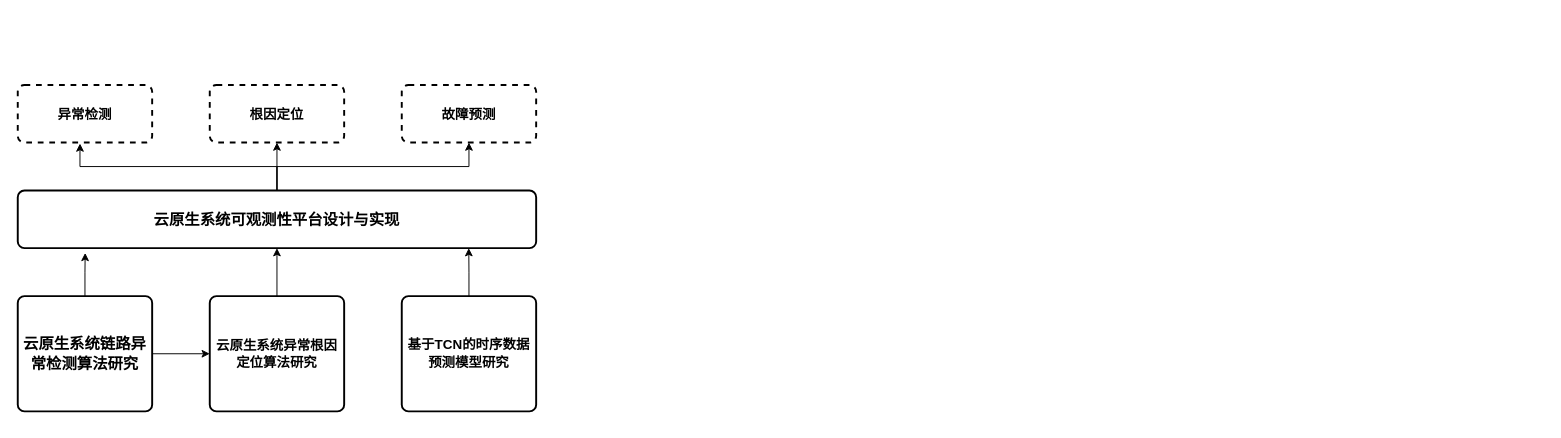
easefulfil/CLOUDCARE keeps this draw.io diagram as page "研究框架" (11 of 11) of shrine-doc/论文相关.drawio. Above is the earlier version. Source tidied: cells renumbered, new cells numbered last; positions are measured from the earlier drawing's top-left corner, leaving out a move shared by most shapes. Both pictures are drawn from the tidied source at 96%, with x=0, y=0 at pixel (17, 84).
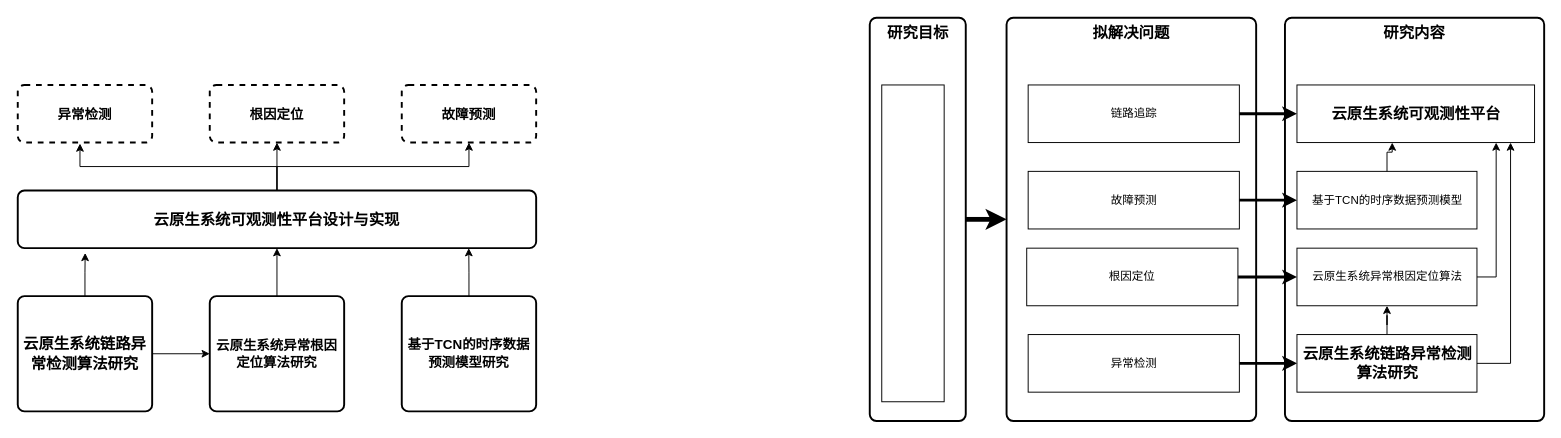
The same diagram, later.

Commit message:
更新论文相关.drawio

Diff of the diagram source:
```diff
@@
+    <mxCell id="16" style="edgeStyle=orthogonalEdgeStyle;rounded=0;jettySize=auto;html=1;entryX=0;entryY=0.5;entryDx=0;entryDy=0;strokeWidth=5;" parent="1" edge="1" source="17" target="19">
+      <mxGeometry relative="1" as="geometry" />
+    </mxCell>
+    <mxCell id="17" value="&lt;div style=&quot;text-align: start;&quot;&gt;&lt;span style=&quot;background-color: initial;&quot;&gt;&lt;font size=&quot;3&quot;&gt;研究目标&lt;/font&gt;&lt;/span&gt;&lt;/div&gt;" style="rounded=1;whiteSpace=wrap;html=1;absoluteArcSize=1;arcSize=14;strokeWidth=2;fontSize=14;fontStyle=1;verticalAlign=top;" parent="1" vertex="1">
+      <mxGeometry x="887.5" y="-70" width="100" height="420" as="geometry" />
+    </mxCell>
+    <mxCell id="18" style="rounded=0;whiteSpace=wrap;html=1;" parent="1" vertex="1">
+      <mxGeometry x="900" width="65" height="330" as="geometry" />
+    </mxCell>
+    <mxCell id="19" value="&lt;div style=&quot;text-align: start;&quot;&gt;&lt;span style=&quot;background-color: initial;&quot;&gt;&lt;font size=&quot;3&quot;&gt;拟解决问题&lt;/font&gt;&lt;/span&gt;&lt;/div&gt;" style="rounded=1;whiteSpace=wrap;html=1;absoluteArcSize=1;arcSize=14;strokeWidth=2;fontSize=14;fontStyle=1;verticalAlign=top;" parent="1" vertex="1">
+      <mxGeometry x="1030" y="-70" width="260" height="420" as="geometry" />
+    </mxCell>
+    <mxCell id="20" value="链路追踪" style="rounded=0;whiteSpace=wrap;html=1;" parent="1" vertex="1">
+      <mxGeometry x="1052.5" width="220" height="60" as="geometry" />
+    </mxCell>
+    <mxCell id="21" value="故障预测" style="rounded=0;whiteSpace=wrap;html=1;" parent="1" vertex="1">
+      <mxGeometry x="1052.5" y="90" width="220" height="60" as="geometry" />
+    </mxCell>
+    <mxCell id="22" value="根因定位" style="rounded=0;whiteSpace=wrap;html=1;" parent="1" vertex="1">
+      <mxGeometry x="1051" y="170" width="220" height="60" as="geometry" />
+    </mxCell>
+    <mxCell id="23" value="异常检测" style="rounded=0;whiteSpace=wrap;html=1;" parent="1" vertex="1">
+      <mxGeometry x="1052.5" y="260" width="220" height="60" as="geometry" />
+    </mxCell>
+    <mxCell id="24" value="&lt;div style=&quot;text-align: start;&quot;&gt;&lt;font size=&quot;3&quot;&gt;研究内容&lt;/font&gt;&lt;/div&gt;" style="rounded=1;whiteSpace=wrap;html=1;absoluteArcSize=1;arcSize=14;strokeWidth=2;fontSize=14;fontStyle=1;verticalAlign=top;" parent="1" vertex="1">
+      <mxGeometry x="1320" y="-70" width="270" height="420" as="geometry" />
+    </mxCell>
+    <mxCell id="25" value="&lt;a style=&quot;border-color: var(--border-color); font-weight: 700; font-size: medium; text-align: start;&quot; name=&quot;_Toc151924756&quot;&gt;云原生系统可观测性平台&lt;br style=&quot;border-color: var(--border-color);&quot;&gt;&lt;/a&gt;" style="rounded=0;whiteSpace=wrap;html=1;" parent="1" vertex="1">
+      <mxGeometry x="1332.5" width="247.5" height="60" as="geometry" />
+    </mxCell>
+    <mxCell id="26" value="云原生系统异常根因定位算法" style="rounded=0;whiteSpace=wrap;html=1;" parent="1" vertex="1">
+      <mxGeometry x="1332.5" y="170" width="187.5" height="60" as="geometry" />
+    </mxCell>
+    <mxCell id="27" style="edgeStyle=orthogonalEdgeStyle;rounded=0;jettySize=auto;html=1;" parent="1" edge="1" source="28" target="26">
+      <mxGeometry relative="1" as="geometry" />
+    </mxCell>
+    <mxCell id="28" value="&lt;a style=&quot;border-color: var(--border-color); font-weight: 700; font-size: medium; text-align: start;&quot; name=&quot;_Toc151924756&quot;&gt;云原生系统链路异常检测算法研究&lt;/a&gt;" style="rounded=0;whiteSpace=wrap;html=1;" parent="1" vertex="1">
+      <mxGeometry x="1332.5" y="260" width="187.5" height="60" as="geometry" />
+    </mxCell>
+    <mxCell id="29" style="edgeStyle=orthogonalEdgeStyle;rounded=0;jettySize=auto;html=1;entryX=0;entryY=0.5;entryDx=0;entryDy=0;strokeWidth=3;" parent="1" edge="1" source="20" target="25">
+      <mxGeometry relative="1" as="geometry" />
+    </mxCell>
+    <mxCell id="30" style="edgeStyle=orthogonalEdgeStyle;rounded=0;jettySize=auto;html=1;" parent="1" edge="1" source="26">
+      <mxGeometry relative="1" as="geometry">
+        <mxPoint x="1540" y="60" as="targetPoint" />
+        <Array as="points">
+          <mxPoint x="1540" y="200" />
+          <mxPoint x="1540" y="63" />
+        </Array>
+      </mxGeometry>
+    </mxCell>
+    <mxCell id="31" style="edgeStyle=orthogonalEdgeStyle;rounded=0;jettySize=auto;html=1;" parent="1" edge="1" source="28">
+      <mxGeometry relative="1" as="geometry">
+        <mxPoint x="1555" y="60" as="targetPoint" />
+        <Array as="points">
+          <mxPoint x="1555" y="290" />
+        </Array>
+      </mxGeometry>
+    </mxCell>
+    <mxCell id="32" value="基于TCN的时序数据预测模型" style="rounded=0;whiteSpace=wrap;html=1;" parent="1" vertex="1">
+      <mxGeometry x="1332.5" y="90" width="187.5" height="60" as="geometry" />
+    </mxCell>
+    <mxCell id="33" style="edgeStyle=orthogonalEdgeStyle;rounded=0;jettySize=auto;html=1;entryX=0.401;entryY=1;entryDx=0;entryDy=0;entryPerimeter=0;" parent="1" edge="1" source="32" target="25">
+      <mxGeometry relative="1" as="geometry" />
+    </mxCell>
+    <mxCell id="34" style="edgeStyle=orthogonalEdgeStyle;rounded=0;jettySize=auto;html=1;entryX=0;entryY=0.5;entryDx=0;entryDy=0;strokeWidth=3;" parent="1" edge="1" source="21" target="32">
+      <mxGeometry relative="1" as="geometry" />
+    </mxCell>
+    <mxCell id="35" style="edgeStyle=orthogonalEdgeStyle;rounded=0;jettySize=auto;html=1;entryX=0;entryY=0.5;entryDx=0;entryDy=0;strokeWidth=3;" parent="1" edge="1" source="22" target="26">
+      <mxGeometry relative="1" as="geometry" />
+    </mxCell>
+    <mxCell id="36" style="edgeStyle=orthogonalEdgeStyle;rounded=0;jettySize=auto;html=1;strokeWidth=3;" parent="1" edge="1" source="23" target="28">
+      <mxGeometry relative="1" as="geometry" />
+    </mxCell>
```
